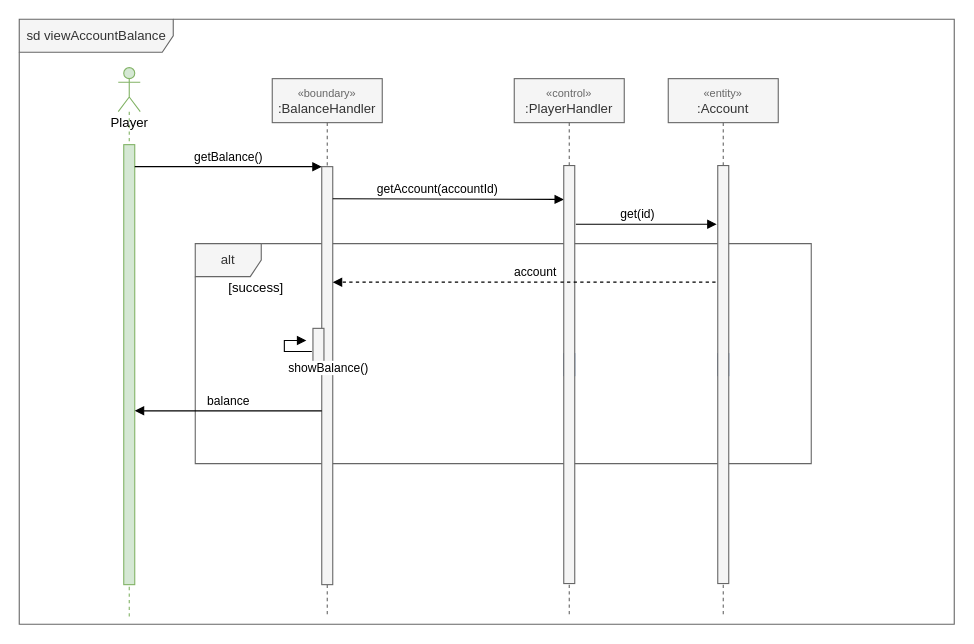
Above: docs/diagrams/UCR-01_sequence.drawio in deadbeef-alo/CloverStack (draw.io), before the change. Source tidied: cells renumbered, new cells numbered last; positions are measured from the earlier drawing's top-left corner, leaving out a move shared by most shapes. Both pictures are drawn from the tidied source at 110%, with x=0, y=0 at pixel (19, 19).
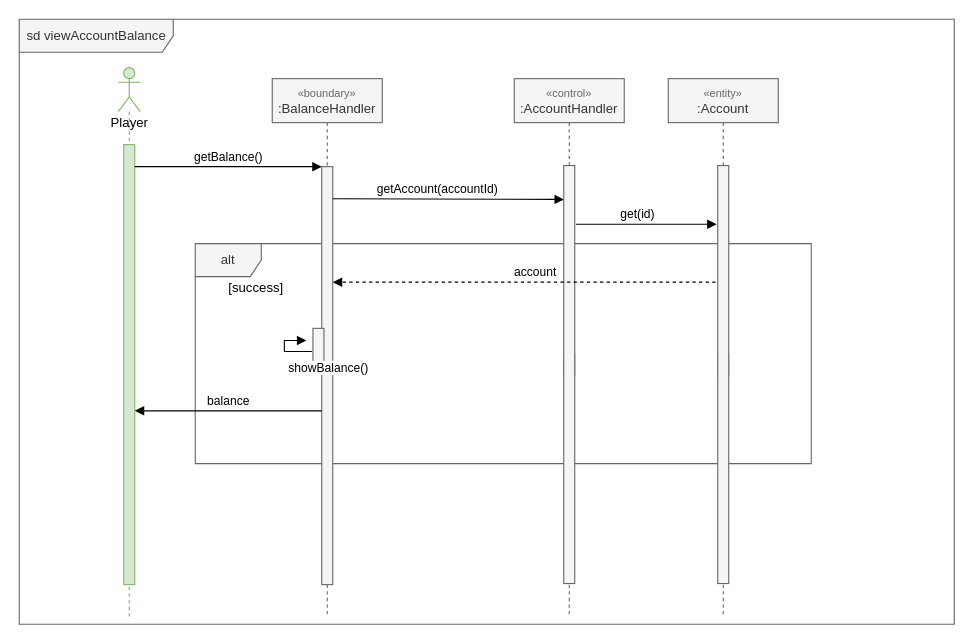
After the change.

Change to the diagram source:
```diff
@@
-    <mxCell id="12" value="&lt;font style=&quot;font-size: 10px; color: rgb(102, 102, 102);&quot;&gt;«control»&lt;/font&gt;&lt;br&gt;:PlayerHandler" style="shape=umlLifeline;perimeter=lifelinePerimeter;whiteSpace=wrap;html=1;fillColor=#f5f5f5;strokeColor=#666666;fontColor=#333333;" parent="1" vertex="1">
+    <mxCell id="12" value="&lt;font style=&quot;font-size: 10px; color: rgb(102, 102, 102);&quot;&gt;«control»&lt;/font&gt;&lt;br&gt;:AccountHandler" style="shape=umlLifeline;perimeter=lifelinePerimeter;whiteSpace=wrap;html=1;fillColor=#f5f5f5;strokeColor=#666666;fontColor=#333333;" parent="1" vertex="1">
       <mxGeometry x="450" y="54" width="100" height="490" as="geometry" />
     </mxCell>
```
